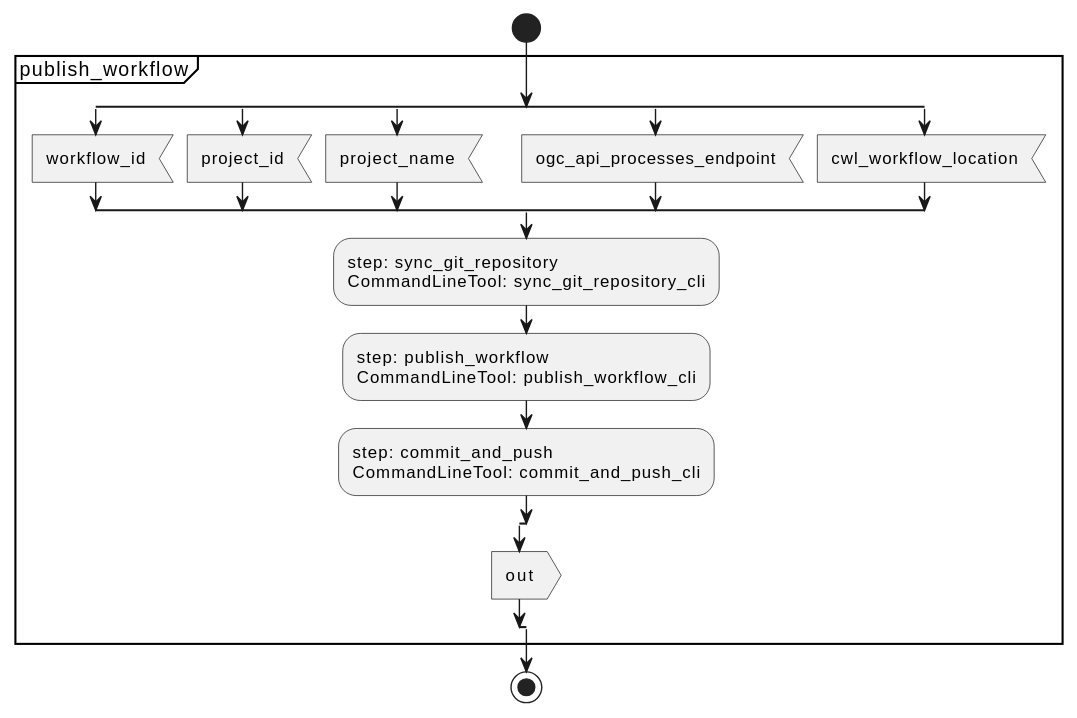
This is docs/c4/components/workflow/publish_workflow/activity.svg from Terradue/osc-client, a PlantUML export, as it was before one commit.
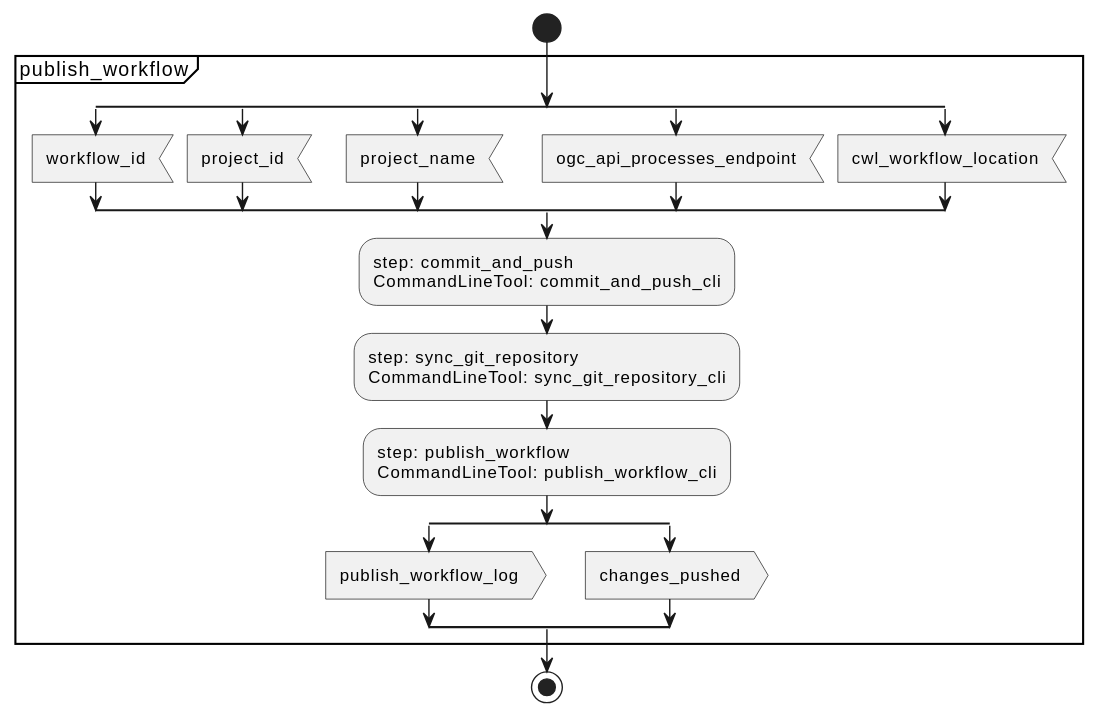
Above is the later version.

The edit, as a diff of the source:
```diff
@@ -31,6 +31,16 @@
 
 
 
+:step: commit_and_push
+CommandLineTool: commit_and_push_cli;
+
+
+
+
+
+
+
+
 :step: sync_git_repository
 CommandLineTool: sync_git_repository_cli;
 
@@ -48,19 +58,12 @@
 
 
 
-
-
-
-:step: commit_and_push
-CommandLineTool: commit_and_push_cli;
-
-
-
-
-
 split
 
-    :out; <<output>>
+    :publish_workflow_log; <<output>>
+split again
+
+    :changes_pushed; <<output>>
 end split
 
 
```
